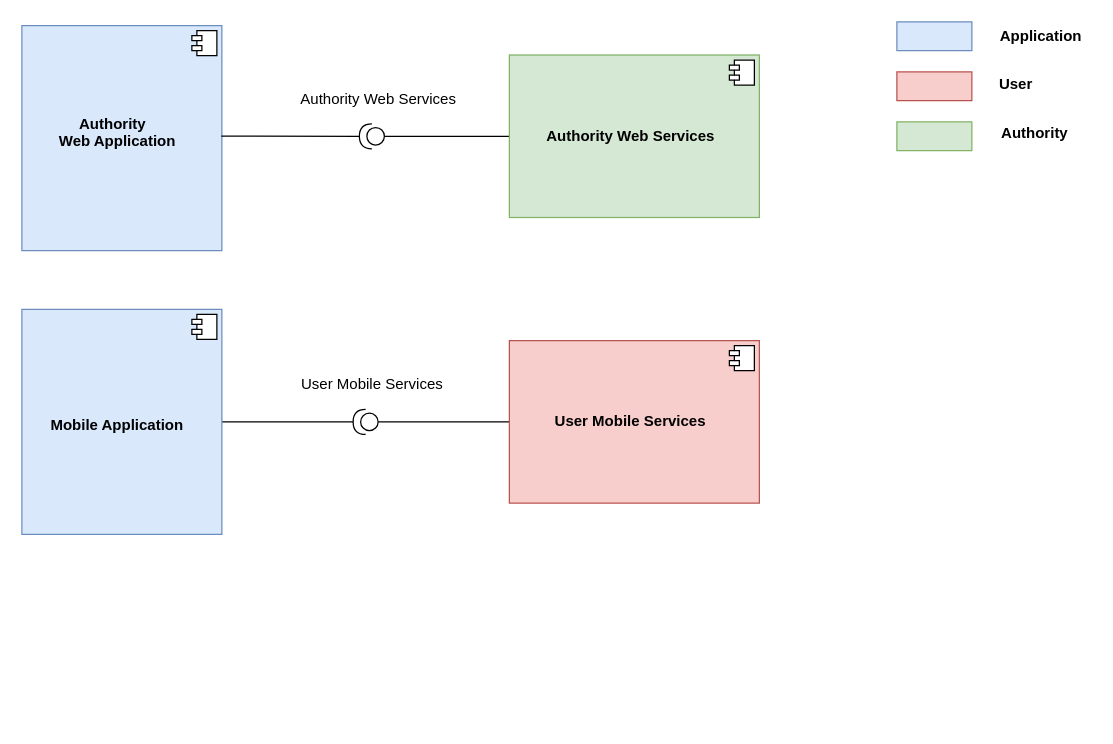
The draw.io diagram assets/images/component_no3rdparty.drawio in Tallino/DaneseSavoldelli, before the edit. Source tidied: cells renumbered, new cells numbered last; positions are measured from the earlier drawing's top-left corner, leaving out a move shared by most shapes. Both pictures are drawn from the tidied source at 125%, with x=0, y=0 at pixel (21, 21).
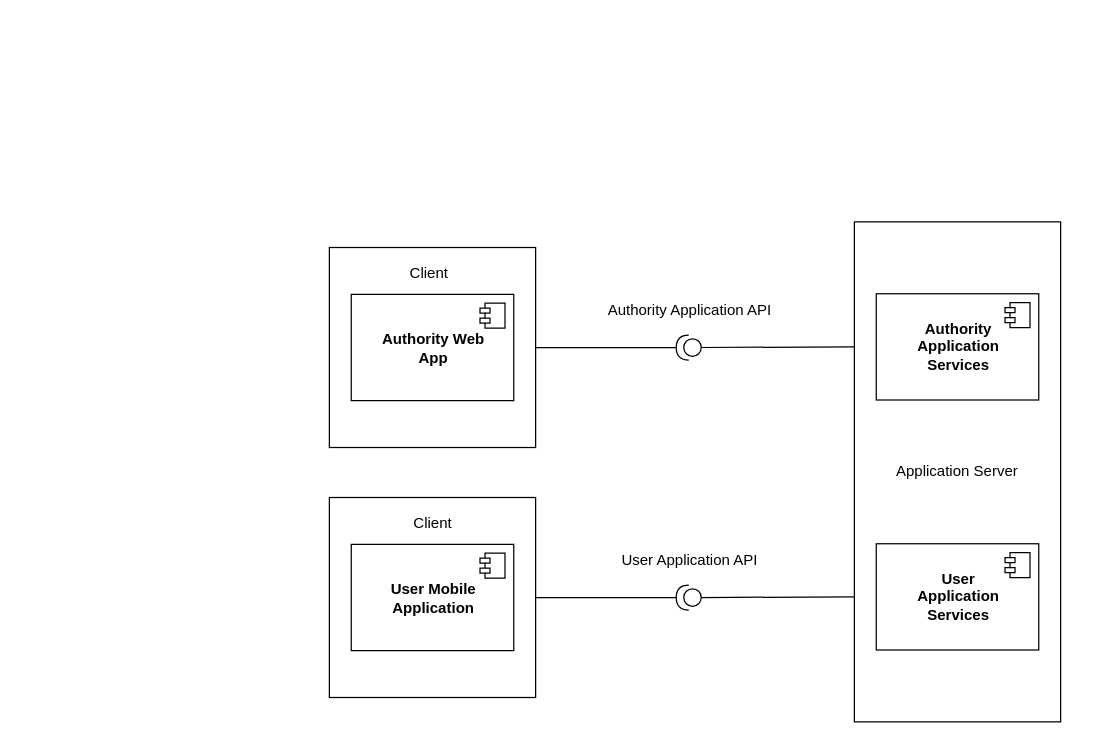
Above is the later version.

Change to the diagram source:
```diff
@@
-    <mxCell id="2" value="&lt;br&gt;&lt;br&gt;&lt;br&gt;&lt;br&gt;&lt;b&gt;&lt;br&gt;&lt;/b&gt;&lt;b&gt;&amp;nbsp; &amp;nbsp; &amp;nbsp; &amp;nbsp; &amp;nbsp; &amp;nbsp; &amp;nbsp; Authority&lt;br&gt;&amp;nbsp; &amp;nbsp; &amp;nbsp; &amp;nbsp; &amp;nbsp;Web Application&lt;/b&gt;" style="align=left;overflow=fill;html=1;fillColor=#dae8fc;strokeColor=#6c8ebf;" parent="1" vertex="1">
-      <mxGeometry y="3" width="160" height="180" as="geometry" />
-    </mxCell>
-    <mxCell id="3" style="shape=component;jettyWidth=8;jettyHeight=4;" parent="2" vertex="1">
-      <mxGeometry x="1" width="20" height="20" relative="1" as="geometry">
-        <mxPoint x="-24" y="4" as="offset" />
-      </mxGeometry>
-    </mxCell>
-    <mxCell id="4" style="edgeStyle=orthogonalEdgeStyle;rounded=0;jettySize=auto;html=1;endArrow=none;endFill=0;" parent="1" edge="1" source="5" target="8">
-      <mxGeometry relative="1" as="geometry" />
-    </mxCell>
-    <mxCell id="5" value="&lt;br&gt;&lt;br&gt;&lt;br&gt;&lt;br&gt;&lt;b&gt;&lt;br&gt;&lt;br&gt;&amp;nbsp; &amp;nbsp; &amp;nbsp; &amp;nbsp;Mobile Application&lt;br&gt;&lt;/b&gt;" style="align=left;overflow=fill;html=1;fillColor=#dae8fc;strokeColor=#6c8ebf;" parent="1" vertex="1">
-      <mxGeometry y="230" width="160" height="180" as="geometry" />
-    </mxCell>
-    <mxCell id="6" style="shape=component;jettyWidth=8;jettyHeight=4;" parent="5" vertex="1">
-      <mxGeometry x="1" width="20" height="20" relative="1" as="geometry">
-        <mxPoint x="-24" y="4" as="offset" />
-      </mxGeometry>
-    </mxCell>
-    <mxCell id="7" style="edgeStyle=orthogonalEdgeStyle;rounded=0;jettySize=auto;html=1;endArrow=none;endFill=0;" parent="1" edge="1" source="8" target="15">
-      <mxGeometry relative="1" as="geometry" />
-    </mxCell>
     <mxCell id="8" style="shape=providedRequiredInterface;html=1;verticalLabelPosition=bottom;rotation=180;" parent="1" vertex="1">
-      <mxGeometry x="265" y="310" width="20" height="20" as="geometry" />
+      <mxGeometry x="523.5" y="450.5" width="20" height="20" as="geometry" />
     </mxCell>
-    <mxCell id="9" value="User Mobile Services" style="text;html=1;align=center;verticalAlign=middle;" parent="1" vertex="1">
-      <mxGeometry x="215" y="280" width="130" height="20" as="geometry" />
+    <mxCell id="9" value="User Application API" style="text;html=1;align=center;verticalAlign=middle;" parent="1" vertex="1">
+      <mxGeometry x="473.5" y="420.5" width="120" height="20" as="geometry" />
     </mxCell>
     <mxCell id="10" style="shape=providedRequiredInterface;html=1;verticalLabelPosition=bottom;rotation=180;" parent="1" vertex="1">
-      <mxGeometry x="270" y="81.5" width="20" height="20" as="geometry" />
+      <mxGeometry x="523.5" y="250.5" width="20" height="20" as="geometry" />
     </mxCell>
-    <mxCell id="11" value="Authority Web Services" style="text;html=1;align=center;verticalAlign=middle;" parent="1" vertex="1">
-      <mxGeometry x="215" y="51.5" width="140" height="20" as="geometry" />
+    <mxCell id="11" value="Authority Application API" style="text;html=1;align=center;verticalAlign=middle;" parent="1" vertex="1">
+      <mxGeometry x="458.5" y="220.5" width="150" height="20" as="geometry" />
     </mxCell>
-    <mxCell id="12" style="edgeStyle=orthogonalEdgeStyle;rounded=0;jettySize=auto;html=1;endArrow=none;endFill=0;entryX=0;entryY=0.5;entryDx=0;entryDy=0;entryPerimeter=0;" parent="1" edge="1" source="13" target="10">
-      <mxGeometry relative="1" as="geometry" />
-    </mxCell>
-    <mxCell id="13" value="&lt;br&gt;&lt;br&gt;&lt;br&gt;&lt;br&gt;&lt;b&gt;&amp;nbsp; &amp;nbsp; &amp;nbsp; &amp;nbsp; &amp;nbsp;Authority Web Services&lt;br&gt;&lt;/b&gt;" style="align=left;overflow=fill;html=1;fillColor=#d5e8d4;strokeColor=#82b366;" parent="1" vertex="1">
-      <mxGeometry x="390" y="26.5" width="200" height="130" as="geometry" />
-    </mxCell>
-    <mxCell id="14" style="shape=component;jettyWidth=8;jettyHeight=4;" parent="13" vertex="1">
-      <mxGeometry x="1" width="20" height="20" relative="1" as="geometry">
-        <mxPoint x="-24" y="4" as="offset" />
-      </mxGeometry>
-    </mxCell>
-    <mxCell id="15" value="&lt;b&gt;&lt;br&gt;&lt;br&gt;&lt;br&gt;&lt;br&gt;&amp;nbsp; &amp;nbsp; &amp;nbsp; &amp;nbsp; &amp;nbsp; &amp;nbsp;User Mobile Services&lt;br&gt;&lt;/b&gt;" style="align=left;overflow=fill;html=1;fillColor=#f8cecc;strokeColor=#b85450;" parent="1" vertex="1">
-      <mxGeometry x="390" y="255" width="200" height="130" as="geometry" />
-    </mxCell>
-    <mxCell id="16" style="shape=component;jettyWidth=8;jettyHeight=4;" parent="15" vertex="1">
-      <mxGeometry x="1" width="20" height="20" relative="1" as="geometry">
-        <mxPoint x="-24" y="4" as="offset" />
-      </mxGeometry>
-    </mxCell>
-    <mxCell id="17" style="rounded=0;whiteSpace=wrap;html=1;fillColor=#dae8fc;strokeColor=#6c8ebf;" parent="1" vertex="1">
-      <mxGeometry x="700" width="60" height="23" as="geometry" />
-    </mxCell>
-    <mxCell id="18" style="rounded=0;whiteSpace=wrap;html=1;fillColor=#f8cecc;strokeColor=#b85450;" parent="1" vertex="1">
-      <mxGeometry x="700" y="40" width="60" height="23" as="geometry" />
-    </mxCell>
-    <mxCell id="19" value="&lt;b&gt;Application&lt;/b&gt;" style="text;html=1;align=center;verticalAlign=middle;" parent="1" vertex="1">
-      <mxGeometry x="775" y="1.5" width="80" height="20" as="geometry" />
-    </mxCell>
-    <mxCell id="20" value="&lt;b&gt;User&lt;/b&gt;" style="text;html=1;align=center;verticalAlign=middle;" parent="1" vertex="1">
-      <mxGeometry x="775" y="40" width="40" height="20" as="geometry" />
-    </mxCell>
-    <mxCell id="21" style="rounded=0;whiteSpace=wrap;html=1;fillColor=#d5e8d4;strokeColor=#82b366;" parent="1" vertex="1">
-      <mxGeometry x="700" y="80" width="60" height="23" as="geometry" />
-    </mxCell>
-    <mxCell id="22" value="Authority" style="text;html=1;align=center;verticalAlign=middle;fontStyle=1;" parent="1" vertex="1">
-      <mxGeometry x="775" y="78.5" width="70" height="20" as="geometry" />
-    </mxCell>
-    <mxCell id="23" style="endArrow=none;html=1;exitX=1;exitY=0.5;exitDx=0;exitDy=0;exitPerimeter=0;entryX=0.997;entryY=0.491;entryDx=0;entryDy=0;entryPerimeter=0;" parent="1" edge="1" source="10" target="2">
-      <mxGeometry relative="1" as="geometry" />
-    </mxCell>
+    <mxCell id="24" style="rounded=0;whiteSpace=wrap;html=1;" parent="1" vertex="1">
+      <mxGeometry x="246" y="180.5" width="165" height="160" as="geometry" />
+    </mxCell>
+    <mxCell id="25" style="rounded=0;whiteSpace=wrap;html=1;" parent="1" vertex="1">
+      <mxGeometry x="246" y="380.5" width="165" height="160" as="geometry" />
+    </mxCell>
+    <mxCell id="26" value="Application Server" style="rounded=0;whiteSpace=wrap;html=1;" parent="1" vertex="1">
+      <mxGeometry x="666" y="160" width="165" height="400" as="geometry" />
+    </mxCell>
+    <mxCell id="27" style="endArrow=none;html=1;exitX=1;exitY=0.5;exitDx=0;exitDy=0;entryX=1;entryY=0.5;entryDx=0;entryDy=0;entryPerimeter=0;" parent="1" edge="1" source="24" target="10">
+      <mxGeometry relative="1" as="geometry" />
+    </mxCell>
+    <mxCell id="28" style="endArrow=none;html=1;exitX=0;exitY=0.5;exitDx=0;exitDy=0;entryX=0;entryY=0.25;entryDx=0;entryDy=0;exitPerimeter=0;" parent="1" edge="1" source="10" target="26">
+      <mxGeometry relative="1" as="geometry" />
+    </mxCell>
+    <mxCell id="29" style="endArrow=none;html=1;exitX=1;exitY=0.5;exitDx=0;exitDy=0;entryX=1;entryY=0.5;entryDx=0;entryDy=0;entryPerimeter=0;" parent="1" edge="1" source="25" target="8">
+      <mxGeometry relative="1" as="geometry" />
+    </mxCell>
+    <mxCell id="30" style="endArrow=none;html=1;exitX=0;exitY=0.5;exitDx=0;exitDy=0;entryX=0;entryY=0.75;entryDx=0;entryDy=0;exitPerimeter=0;" parent="1" edge="1" source="8" target="26">
+      <mxGeometry relative="1" as="geometry" />
+    </mxCell>
+    <mxCell id="31" value="&lt;b&gt;Authority&lt;br&gt;Application&lt;br&gt;Services&lt;br&gt;&lt;/b&gt;" style="html=1;" parent="1" vertex="1">
+      <mxGeometry x="683.5" y="217.5" width="130" height="85" as="geometry" />
+    </mxCell>
+    <mxCell id="32" style="shape=component;jettyWidth=8;jettyHeight=4;" parent="31" vertex="1">
+      <mxGeometry x="1" width="20" height="20" relative="1" as="geometry">
+        <mxPoint x="-27" y="7" as="offset" />
+      </mxGeometry>
+    </mxCell>
+    <mxCell id="33" value="&lt;b&gt;User&lt;br&gt;Application&lt;br&gt;Services&lt;br&gt;&lt;/b&gt;" style="html=1;" parent="1" vertex="1">
+      <mxGeometry x="683.5" y="417.5" width="130" height="85" as="geometry" />
+    </mxCell>
+    <mxCell id="34" style="shape=component;jettyWidth=8;jettyHeight=4;" parent="33" vertex="1">
+      <mxGeometry x="1" width="20" height="20" relative="1" as="geometry">
+        <mxPoint x="-27" y="7" as="offset" />
+      </mxGeometry>
+    </mxCell>
+    <mxCell id="35" value="&lt;b&gt;User Mobile &lt;br&gt;Application&lt;/b&gt;" style="html=1;" parent="1" vertex="1">
+      <mxGeometry x="263.5" y="418" width="130" height="85" as="geometry" />
+    </mxCell>
+    <mxCell id="36" style="shape=component;jettyWidth=8;jettyHeight=4;" parent="35" vertex="1">
+      <mxGeometry x="1" width="20" height="20" relative="1" as="geometry">
+        <mxPoint x="-27" y="7" as="offset" />
+      </mxGeometry>
+    </mxCell>
+    <mxCell id="37" value="&lt;b&gt;Authority Web&lt;br&gt;App&lt;br&gt;&lt;/b&gt;" style="html=1;" parent="1" vertex="1">
+      <mxGeometry x="263.5" y="218" width="130" height="85" as="geometry" />
+    </mxCell>
+    <mxCell id="38" style="shape=component;jettyWidth=8;jettyHeight=4;" parent="37" vertex="1">
+      <mxGeometry x="1" width="20" height="20" relative="1" as="geometry">
+        <mxPoint x="-27" y="7" as="offset" />
+      </mxGeometry>
+    </mxCell>
+    <mxCell id="39" value="Client" style="text;html=1;strokeColor=none;fillColor=none;align=center;verticalAlign=middle;whiteSpace=wrap;rounded=0;" parent="1" vertex="1">
+      <mxGeometry x="306" y="190.5" width="40" height="20" as="geometry" />
+    </mxCell>
+    <mxCell id="40" value="Client" style="text;html=1;strokeColor=none;fillColor=none;align=center;verticalAlign=middle;whiteSpace=wrap;rounded=0;" parent="1" vertex="1">
+      <mxGeometry x="309" y="390.5" width="40" height="20" as="geometry" />
+    </mxCell>
```
